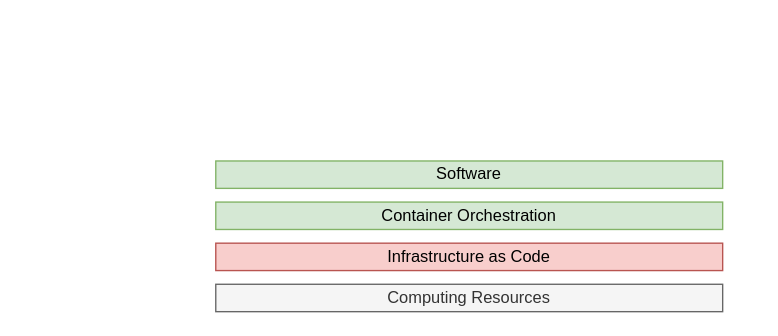
vre-hub/vre keeps this draw.io diagram as Untitled Diagram.drawio. Above is the earlier version. Source tidied: cells renumbered, new cells numbered last; positions are measured from the earlier drawing's top-left corner, leaving out a move shared by most shapes. Both pictures are drawn from the tidied source at 137%, with x=0, y=0 at pixel (215, 160).
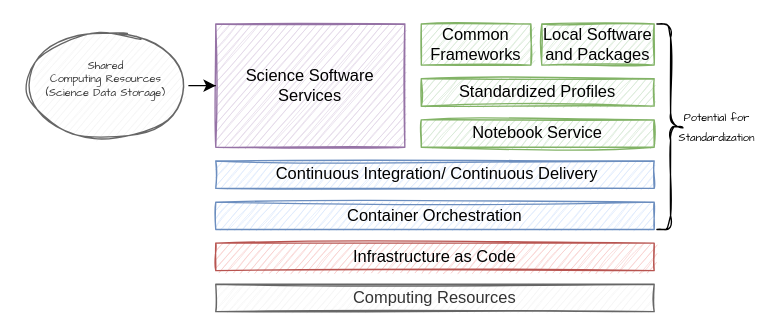
After the change.

Change to the diagram source:
```diff
@@
 <mxGraphModel>
   <root>
     <mxCell id="0" />
     <mxCell id="1" parent="0" />
-    <mxCell id="2" value="Infrastructure as Code" style="rounded=0;whiteSpace=wrap;html=1;fillColor=#f8cecc;strokeColor=#b85450;" parent="1" vertex="1">
-      <mxGeometry y="60" width="370" height="20" as="geometry" />
+    <mxCell id="2" value="Infrastructure as Code" style="rounded=0;whiteSpace=wrap;html=1;fillColor=#f8cecc;strokeColor=#b85450;sketch=1;" parent="1" vertex="1">
+      <mxGeometry y="60" width="320" height="20" as="geometry" />
     </mxCell>
-    <mxCell id="3" value="Computing Resources" style="rounded=0;whiteSpace=wrap;html=1;fillColor=#f5f5f5;fontColor=#333333;strokeColor=#666666;" parent="1" vertex="1">
-      <mxGeometry y="90" width="370" height="20" as="geometry" />
+    <mxCell id="3" value="Computing Resources" style="rounded=0;whiteSpace=wrap;html=1;fillColor=#f5f5f5;fontColor=#333333;strokeColor=#666666;sketch=1;" parent="1" vertex="1">
+      <mxGeometry y="90" width="320" height="20" as="geometry" />
     </mxCell>
-    <mxCell id="4" value="Container Orchestration" style="rounded=0;whiteSpace=wrap;html=1;fillColor=#d5e8d4;strokeColor=#82b366;" parent="1" vertex="1">
-      <mxGeometry y="30" width="370" height="20" as="geometry" />
+    <mxCell id="4" value="Container Orchestration" style="rounded=0;whiteSpace=wrap;html=1;fillColor=#dae8fc;strokeColor=#6c8ebf;sketch=1;" parent="1" vertex="1">
+      <mxGeometry y="30" width="320" height="20" as="geometry" />
     </mxCell>
-    <mxCell id="5" value="Software" style="rounded=0;whiteSpace=wrap;html=1;fillColor=#d5e8d4;strokeColor=#82b366;" parent="1" vertex="1">
-      <mxGeometry width="370" height="20" as="geometry" />
-    </mxCell>
+    <mxCell id="6" value="&amp;nbsp;Continuous Integration/ Continuous Delivery" style="rounded=0;whiteSpace=wrap;html=1;fillColor=#dae8fc;strokeColor=#6c8ebf;sketch=1;" parent="1" vertex="1">
+      <mxGeometry width="320" height="20" as="geometry" />
+    </mxCell>
+    <mxCell id="7" style="shape=curlyBracket;whiteSpace=wrap;html=1;rounded=1;flipH=1;labelPosition=right;verticalLabelPosition=middle;align=left;verticalAlign=middle;sketch=1;" parent="1" vertex="1">
+      <mxGeometry x="322" y="-100" width="20" height="150" as="geometry" />
+    </mxCell>
+    <mxCell id="8" value="&lt;font style=&quot;font-size: 8px;&quot;&gt;Potential for Standardization&lt;/font&gt;" style="text;html=1;strokeColor=none;fillColor=none;align=center;verticalAlign=middle;whiteSpace=wrap;rounded=0;sketch=1;shadow=0;fontFamily=Comic Sans MS;" parent="1" vertex="1">
+      <mxGeometry x="342" y="-40" width="48" height="30" as="geometry" />
+    </mxCell>
+    <mxCell id="9" value="Notebook Service" style="rounded=0;whiteSpace=wrap;html=1;fillColor=#d5e8d4;strokeColor=#82b366;sketch=1;" parent="1" vertex="1">
+      <mxGeometry x="150" y="-30" width="170" height="20" as="geometry" />
+    </mxCell>
+    <mxCell id="10" value="Science Software Services" style="rounded=0;whiteSpace=wrap;html=1;fillColor=#e1d5e7;strokeColor=#9673a6;sketch=1;" parent="1" vertex="1">
+      <mxGeometry y="-100" width="138" height="90" as="geometry" />
+    </mxCell>
+    <mxCell id="11" style="edgeStyle=orthogonalEdgeStyle;rounded=0;jettySize=auto;html=1;entryX=0;entryY=0.5;entryDx=0;entryDy=0;fontFamily=Comic Sans MS;fontSize=8;" parent="1" edge="1" source="12" target="10">
+      <mxGeometry relative="1" as="geometry" />
+    </mxCell>
+    <mxCell id="12" value="&lt;div&gt;Shared&lt;/div&gt;&lt;div&gt;Computing Resources&lt;/div&gt;&lt;div&gt;(Science Data Storage)&lt;br&gt;&lt;/div&gt;&lt;div&gt;&lt;br&gt;&lt;/div&gt;" style="ellipse;whiteSpace=wrap;html=1;rounded=0;shadow=0;sketch=1;fontFamily=Comic Sans MS;fontSize=8;fillColor=#f5f5f5;fontColor=#333333;strokeColor=#666666;" parent="1" vertex="1">
+      <mxGeometry x="-140" y="-95" width="120" height="80" as="geometry" />
+    </mxCell>
+    <mxCell id="13" value="Standardized Profiles" style="rounded=0;whiteSpace=wrap;html=1;fillColor=#d5e8d4;strokeColor=#82b366;sketch=1;" parent="1" vertex="1">
+      <mxGeometry x="150" y="-60" width="170" height="20" as="geometry" />
+    </mxCell>
+    <mxCell id="14" value="Common Frameworks" style="rounded=0;whiteSpace=wrap;html=1;fillColor=#d5e8d4;strokeColor=#82b366;sketch=1;" parent="1" vertex="1">
+      <mxGeometry x="150" y="-100" width="80" height="30" as="geometry" />
+    </mxCell>
+    <mxCell id="15" value="Local Software and Packages" style="rounded=0;whiteSpace=wrap;html=1;fillColor=#d5e8d4;strokeColor=#82b366;sketch=1;" parent="1" vertex="1">
+      <mxGeometry x="238" y="-100" width="82" height="30" as="geometry" />
+    </mxCell>
   </root>
 </mxGraphModel>
```
